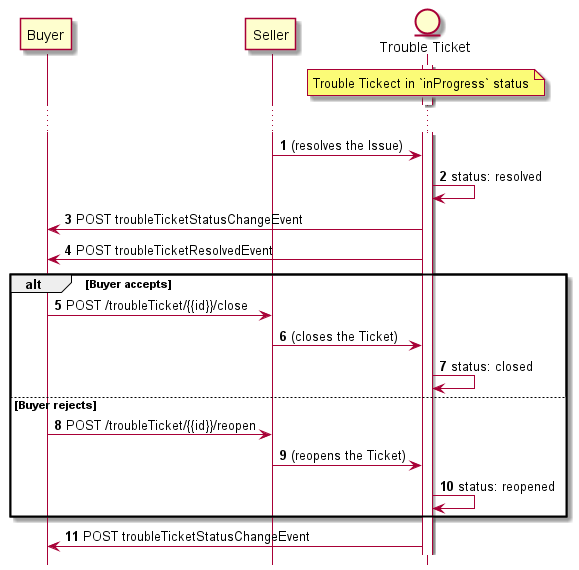
The PlantUML diagram documentation/productApi/troubleTicket/media/useCase6RespondFlow.png in MEF-GIT/MEF-LSO-Sonata-SDK, before a commit.
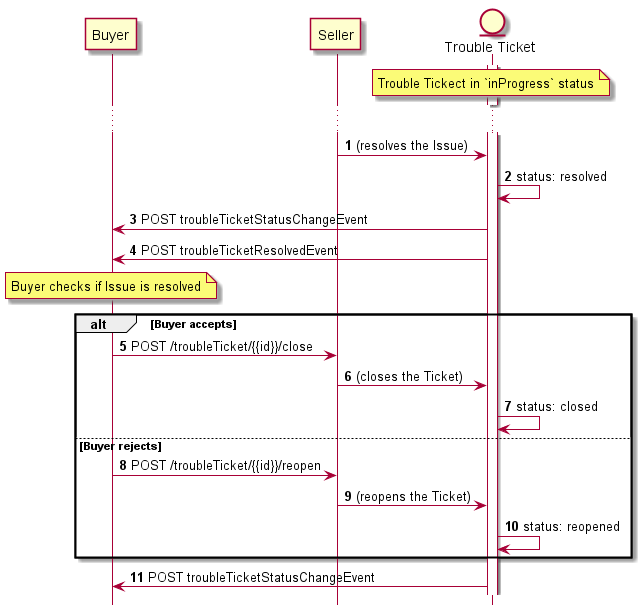
The same file after the commit.

The edit, as a diff of the source:
```diff
@@ -21,6 +21,8 @@
 TT -> Buyer: POST troubleTicketStatusChangeEvent
 TT -> Buyer: POST troubleTicketResolvedEvent
 
+note over Buyer: Buyer checks if Issue is resolved
+
 alt Buyer accepts
   Buyer -> Seller : POST /troubleTicket/{{id}}/close
   Seller -> TT: (closes the Ticket)
```
